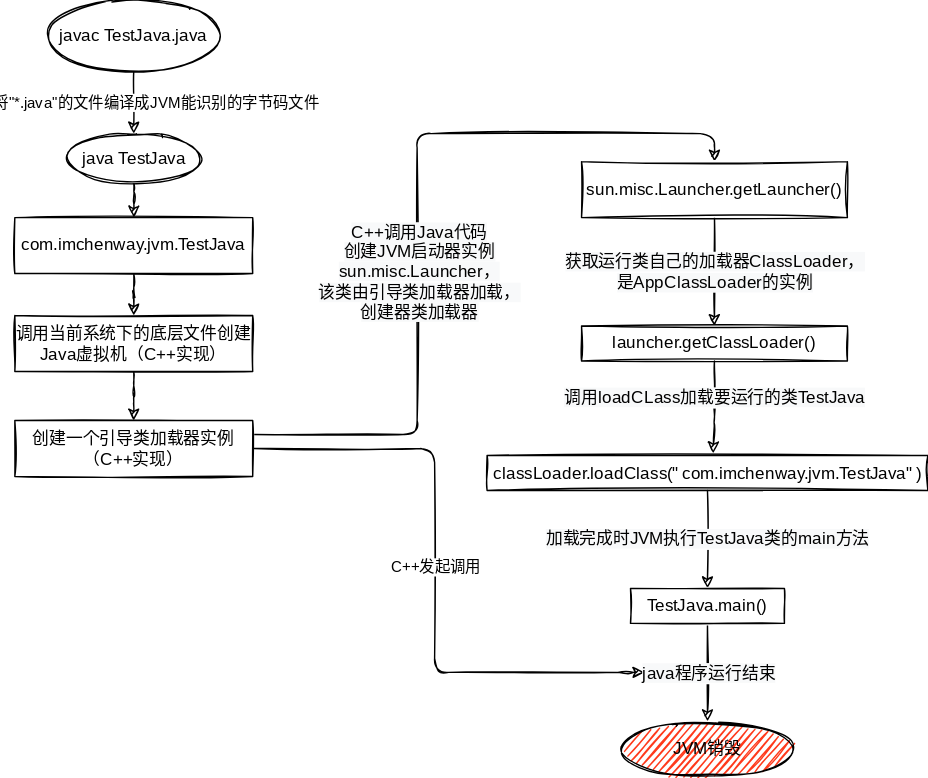
imchenway/imchenway.github.io keeps this draw.io diagram as private/javaCli.drawio.svg. Above is the earlier version. Source tidied: cells renumbered, new cells last; positions are measured from the earlier drawing's top-left corner, leaving out a move shared by most shapes.
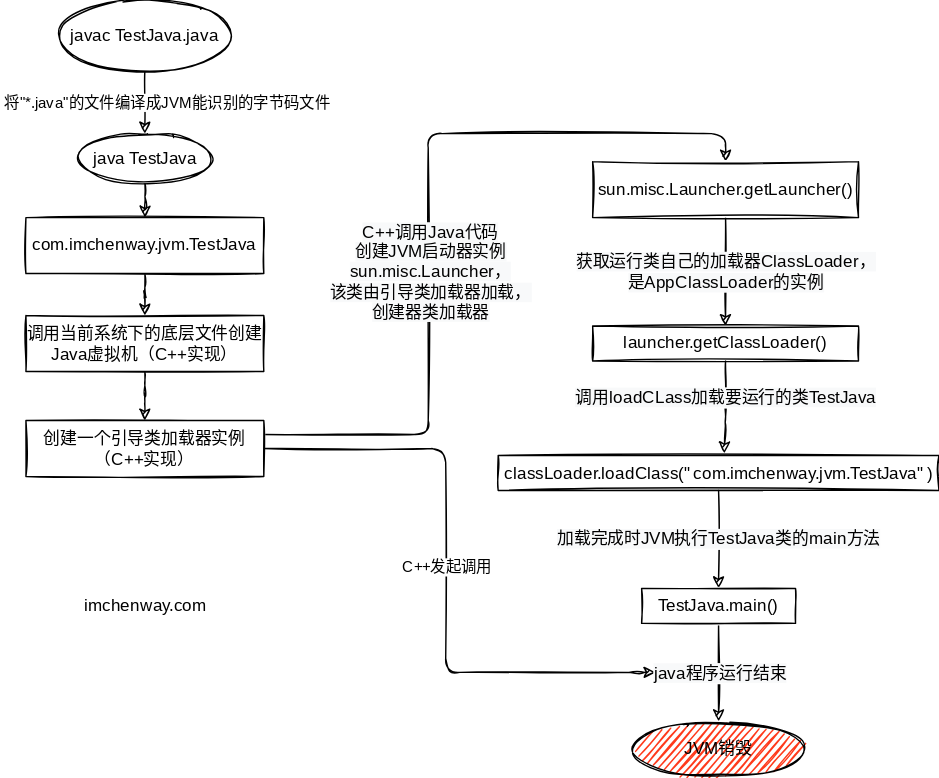
The same file after the commit.

What changed in the source:
```diff
@@ -91,5 +91,8 @@
     <mxCell id="27" value="&lt;font&gt;javac TestJava.java&lt;/font&gt;" style="ellipse;whiteSpace=wrap;html=1;rounded=0;shadow=0;sketch=1;fontFamily=ZCOOL KuaiLe;fontSource=https%3A%2F%2Ffonts.googleapis.com%2Fcss%3Ffamily%3DZCOOL%2BKuaiLe;" parent="1" vertex="1">
       <mxGeometry x="25" width="120" height="50" as="geometry" />
     </mxCell>
+    <mxCell id="28" value="&lt;font face=&quot;ZCOOL KuaiLe&quot;&gt;imchenway.com&lt;/font&gt;" style="text;html=1;align=center;verticalAlign=middle;strokeColor=none;" parent="1" vertex="1">
+      <mxGeometry x="35" y="420" width="100" height="25" as="geometry" />
+    </mxCell>
   </root>
 </mxGraphModel>
```
